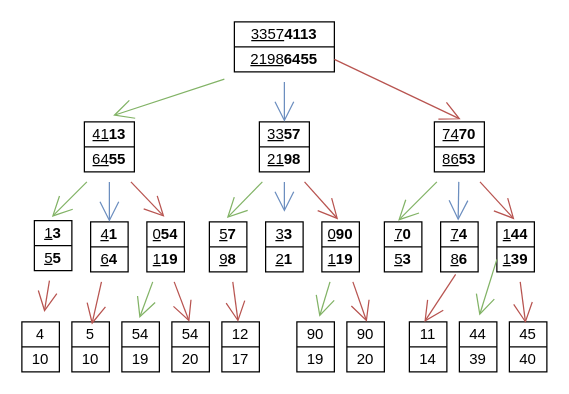
The draw.io diagram Karatsuba106713.drawio in Desencuentro/7529_TDA1_TP1, before the edit. Source tidied: cells renumbered, new cells numbered last; positions are measured from the earlier drawing's top-left corner, leaving out a move shared by most shapes. Both pictures are drawn from the tidied source at 125%, with x=0, y=0 at pixel (21, 21).
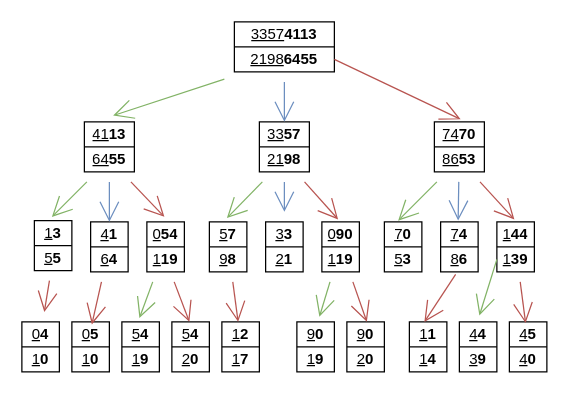
The same page after the edit.

Commit message:
Agregado formato de divisón hasta nivel 4

Unchanged cells that the change refers to:
```xml
<mxCell id="3" style="shape=partialRectangle;fillColor=none;top=0;left=0;bottom=0;right=0;points=[[0,0.5],[1,0.5]];portConstraint=eastwest;hachureGap=4;" parent="2" vertex="1">
  <mxGeometry width="30" height="20" as="geometry" />
</mxCell>
<mxCell id="5" style="shape=partialRectangle;fillColor=none;top=0;left=0;bottom=0;right=0;hachureGap=4;" parent="2" vertex="1">
  <mxGeometry y="20" width="30" height="20" as="geometry" />
</mxCell>
<mxCell id="8" style="shape=partialRectangle;fillColor=none;top=0;left=0;bottom=0;right=0;points=[[0,0.5],[1,0.5]];portConstraint=eastwest;hachureGap=4;" parent="7" vertex="1">
  <mxGeometry width="30" height="20" as="geometry" />
</mxCell>
<mxCell id="10" style="shape=partialRectangle;fillColor=none;top=0;left=0;bottom=0;right=0;hachureGap=4;" parent="7" vertex="1">
  <mxGeometry y="20" width="30" height="20" as="geometry" />
</mxCell>
<mxCell id="13" style="shape=partialRectangle;fillColor=none;top=0;left=0;bottom=0;right=0;points=[[0,0.5],[1,0.5]];portConstraint=eastwest;hachureGap=4;" parent="12" vertex="1">
  <mxGeometry width="30" height="20" as="geometry" />
</mxCell>
<mxCell id="15" style="shape=partialRectangle;fillColor=none;top=0;left=0;bottom=0;right=0;hachureGap=4;" parent="12" vertex="1">
  <mxGeometry y="20" width="30" height="20" as="geometry" />
</mxCell>
<mxCell id="18" style="shape=partialRectangle;fillColor=none;top=0;left=0;bottom=0;right=0;points=[[0,0.5],[1,0.5]];portConstraint=eastwest;hachureGap=4;" parent="17" vertex="1">
  <mxGeometry width="30" height="20" as="geometry" />
</mxCell>
<mxCell id="20" style="shape=partialRectangle;fillColor=none;top=0;left=0;bottom=0;right=0;hachureGap=4;" parent="17" vertex="1">
  <mxGeometry y="20" width="30" height="20" as="geometry" />
</mxCell>
<mxCell id="23" style="shape=partialRectangle;fillColor=none;top=0;left=0;bottom=0;right=0;hachureGap=4;" parent="22" vertex="1">
  <mxGeometry width="30" height="20" as="geometry" />
</mxCell>
<mxCell id="25" style="shape=partialRectangle;fillColor=none;top=0;left=0;bottom=0;right=0;hachureGap=4;" parent="22" vertex="1">
  <mxGeometry y="20" width="30" height="20" as="geometry" />
</mxCell>
<mxCell id="28" style="shape=partialRectangle;fillColor=none;top=0;left=0;bottom=0;right=0;points=[[0,0.5],[1,0.5]];portConstraint=eastwest;hachureGap=4;" parent="27" vertex="1">
  <mxGeometry width="30" height="20" as="geometry" />
</mxCell>
<mxCell id="30" style="shape=partialRectangle;fillColor=none;top=0;left=0;bottom=0;right=0;hachureGap=4;" parent="27" vertex="1">
  <mxGeometry y="20" width="30" height="20" as="geometry" />
</mxCell>
<mxCell id="33" style="shape=partialRectangle;fillColor=none;top=0;left=0;bottom=0;right=0;points=[[0,0.5],[1,0.5]];portConstraint=eastwest;hachureGap=4;" parent="32" vertex="1">
  <mxGeometry width="30" height="20" as="geometry" />
</mxCell>
<mxCell id="35" style="shape=partialRectangle;fillColor=none;top=0;left=0;bottom=0;right=0;hachureGap=4;" parent="32" vertex="1">
  <mxGeometry y="20" width="30" height="20" as="geometry" />
</mxCell>
<mxCell id="38" style="shape=partialRectangle;fillColor=none;top=0;left=0;bottom=0;right=0;points=[[0,0.5],[1,0.5]];portConstraint=eastwest;hachureGap=4;" parent="37" vertex="1">
  <mxGeometry width="30" height="20" as="geometry" />
</mxCell>
<mxCell id="40" style="shape=partialRectangle;fillColor=none;top=0;left=0;bottom=0;right=0;hachureGap=4;" parent="37" vertex="1">
  <mxGeometry y="20" width="30" height="20" as="geometry" />
</mxCell>
<mxCell id="43" style="shape=partialRectangle;fillColor=none;top=0;left=0;bottom=0;right=0;points=[[0,0.5],[1,0.5]];portConstraint=eastwest;hachureGap=4;" parent="42" vertex="1">
  <mxGeometry width="30" height="20" as="geometry" />
</mxCell>
<mxCell id="45" style="shape=partialRectangle;fillColor=none;top=0;left=0;bottom=0;right=0;hachureGap=4;" parent="42" vertex="1">
  <mxGeometry y="20" width="30" height="20" as="geometry" />
</mxCell>
<mxCell id="48" style="shape=partialRectangle;fillColor=none;top=0;left=0;bottom=0;right=0;points=[[0,0.5],[1,0.5]];portConstraint=eastwest;hachureGap=4;" parent="47" vertex="1">
  <mxGeometry width="30" height="20" as="geometry" />
</mxCell>
<mxCell id="50" style="shape=partialRectangle;fillColor=none;top=0;left=0;bottom=0;right=0;hachureGap=4;" parent="47" vertex="1">
  <mxGeometry y="20" width="30" height="20" as="geometry" />
</mxCell>
```

Diff of the diagram source:
```diff
@@
-    <mxCell id="4" value="4" style="shape=partialRectangle;html=1;whiteSpace=wrap;overflow=hidden;fillColor=none;top=0;left=0;bottom=0;right=0;hachureGap=4;" parent="3" vertex="1">
+    <mxCell id="4" value="&lt;u&gt;0&lt;/u&gt;&lt;b&gt;4&lt;/b&gt;" style="shape=partialRectangle;html=1;whiteSpace=wrap;overflow=hidden;fillColor=none;top=0;left=0;bottom=0;right=0;hachureGap=4;" parent="3" vertex="1">
       <mxGeometry width="30" height="20" as="geometry" />
     </mxCell>
@@
-    <mxCell id="6" value="10" style="shape=partialRectangle;html=1;whiteSpace=wrap;overflow=hidden;fillColor=none;top=0;left=0;bottom=0;right=0;hachureGap=4;" parent="5" vertex="1">
+    <mxCell id="6" value="&lt;u&gt;1&lt;/u&gt;&lt;b&gt;0&lt;/b&gt;" style="shape=partialRectangle;html=1;whiteSpace=wrap;overflow=hidden;fillColor=none;top=0;left=0;bottom=0;right=0;hachureGap=4;" parent="5" vertex="1">
       <mxGeometry width="30" height="20" as="geometry" />
     </mxCell>
@@
-    <mxCell id="9" value="5" style="shape=partialRectangle;html=1;whiteSpace=wrap;overflow=hidden;fillColor=none;top=0;left=0;bottom=0;right=0;hachureGap=4;" parent="8" vertex="1">
+    <mxCell id="9" value="&lt;u&gt;0&lt;/u&gt;&lt;b&gt;5&lt;/b&gt;" style="shape=partialRectangle;html=1;whiteSpace=wrap;overflow=hidden;fillColor=none;top=0;left=0;bottom=0;right=0;hachureGap=4;" parent="8" vertex="1">
       <mxGeometry width="30" height="20" as="geometry" />
     </mxCell>
@@
-    <mxCell id="11" value="10" style="shape=partialRectangle;html=1;whiteSpace=wrap;overflow=hidden;fillColor=none;top=0;left=0;bottom=0;right=0;hachureGap=4;" parent="10" vertex="1">
+    <mxCell id="11" value="&lt;u&gt;1&lt;/u&gt;&lt;b&gt;0&lt;/b&gt;" style="shape=partialRectangle;html=1;whiteSpace=wrap;overflow=hidden;fillColor=none;top=0;left=0;bottom=0;right=0;hachureGap=4;" parent="10" vertex="1">
       <mxGeometry width="30" height="20" as="geometry" />
     </mxCell>
@@
-    <mxCell id="14" value="54" style="shape=partialRectangle;html=1;whiteSpace=wrap;overflow=hidden;fillColor=none;top=0;left=0;bottom=0;right=0;hachureGap=4;" parent="13" vertex="1">
+    <mxCell id="14" value="&lt;u&gt;5&lt;/u&gt;&lt;b&gt;4&lt;/b&gt;" style="shape=partialRectangle;html=1;whiteSpace=wrap;overflow=hidden;fillColor=none;top=0;left=0;bottom=0;right=0;hachureGap=4;" parent="13" vertex="1">
       <mxGeometry width="30" height="20" as="geometry" />
     </mxCell>
@@
-    <mxCell id="16" value="19" style="shape=partialRectangle;html=1;whiteSpace=wrap;overflow=hidden;fillColor=none;top=0;left=0;bottom=0;right=0;hachureGap=4;" parent="15" vertex="1">
+    <mxCell id="16" value="&lt;u&gt;1&lt;/u&gt;&lt;b&gt;9&lt;/b&gt;" style="shape=partialRectangle;html=1;whiteSpace=wrap;overflow=hidden;fillColor=none;top=0;left=0;bottom=0;right=0;hachureGap=4;" parent="15" vertex="1">
       <mxGeometry width="30" height="20" as="geometry" />
     </mxCell>
@@
-    <mxCell id="19" value="54" style="shape=partialRectangle;html=1;whiteSpace=wrap;overflow=hidden;fillColor=none;top=0;left=0;bottom=0;right=0;hachureGap=4;" parent="18" vertex="1">
+    <mxCell id="19" value="&lt;u&gt;5&lt;/u&gt;&lt;b&gt;4&lt;/b&gt;" style="shape=partialRectangle;html=1;whiteSpace=wrap;overflow=hidden;fillColor=none;top=0;left=0;bottom=0;right=0;hachureGap=4;" parent="18" vertex="1">
       <mxGeometry width="30" height="20" as="geometry" />
     </mxCell>
@@
-    <mxCell id="21" value="20" style="shape=partialRectangle;html=1;whiteSpace=wrap;overflow=hidden;fillColor=none;top=0;left=0;bottom=0;right=0;hachureGap=4;" parent="20" vertex="1">
+    <mxCell id="21" value="&lt;u&gt;2&lt;/u&gt;&lt;b&gt;0&lt;/b&gt;" style="shape=partialRectangle;html=1;whiteSpace=wrap;overflow=hidden;fillColor=none;top=0;left=0;bottom=0;right=0;hachureGap=4;" parent="20" vertex="1">
       <mxGeometry width="30" height="20" as="geometry" />
     </mxCell>
@@
-    <mxCell id="24" value="12" style="shape=partialRectangle;html=1;whiteSpace=wrap;overflow=hidden;fillColor=none;top=0;left=0;bottom=0;right=0;hachureGap=4;" parent="23" vertex="1">
+    <mxCell id="24" value="&lt;u&gt;1&lt;/u&gt;&lt;b&gt;2&lt;/b&gt;" style="shape=partialRectangle;html=1;whiteSpace=wrap;overflow=hidden;fillColor=none;top=0;left=0;bottom=0;right=0;hachureGap=4;" parent="23" vertex="1">
       <mxGeometry width="30" height="20" as="geometry" />
     </mxCell>
@@
-    <mxCell id="26" value="17" style="shape=partialRectangle;html=1;whiteSpace=wrap;overflow=hidden;fillColor=none;top=0;left=0;bottom=0;right=0;hachureGap=4;" parent="25" vertex="1">
+    <mxCell id="26" value="&lt;u&gt;1&lt;/u&gt;&lt;b&gt;7&lt;/b&gt;" style="shape=partialRectangle;html=1;whiteSpace=wrap;overflow=hidden;fillColor=none;top=0;left=0;bottom=0;right=0;hachureGap=4;" parent="25" vertex="1">
       <mxGeometry width="30" height="20" as="geometry" />
     </mxCell>
@@
-    <mxCell id="29" value="90" style="shape=partialRectangle;html=1;whiteSpace=wrap;overflow=hidden;fillColor=none;top=0;left=0;bottom=0;right=0;hachureGap=4;" parent="28" vertex="1">
+    <mxCell id="29" value="&lt;u&gt;9&lt;/u&gt;&lt;b&gt;0&lt;/b&gt;" style="shape=partialRectangle;html=1;whiteSpace=wrap;overflow=hidden;fillColor=none;top=0;left=0;bottom=0;right=0;hachureGap=4;" parent="28" vertex="1">
       <mxGeometry width="30" height="20" as="geometry" />
     </mxCell>
@@
-    <mxCell id="31" value="19" style="shape=partialRectangle;html=1;whiteSpace=wrap;overflow=hidden;fillColor=none;top=0;left=0;bottom=0;right=0;hachureGap=4;" parent="30" vertex="1">
+    <mxCell id="31" value="&lt;u&gt;1&lt;/u&gt;&lt;b&gt;9&lt;/b&gt;" style="shape=partialRectangle;html=1;whiteSpace=wrap;overflow=hidden;fillColor=none;top=0;left=0;bottom=0;right=0;hachureGap=4;" parent="30" vertex="1">
       <mxGeometry width="30" height="20" as="geometry" />
     </mxCell>
@@
-    <mxCell id="34" value="90" style="shape=partialRectangle;html=1;whiteSpace=wrap;overflow=hidden;fillColor=none;top=0;left=0;bottom=0;right=0;hachureGap=4;" parent="33" vertex="1">
+    <mxCell id="34" value="&lt;u&gt;9&lt;/u&gt;&lt;b&gt;0&lt;/b&gt;" style="shape=partialRectangle;html=1;whiteSpace=wrap;overflow=hidden;fillColor=none;top=0;left=0;bottom=0;right=0;hachureGap=4;" parent="33" vertex="1">
       <mxGeometry width="30" height="20" as="geometry" />
     </mxCell>
@@
-    <mxCell id="36" value="20" style="shape=partialRectangle;html=1;whiteSpace=wrap;overflow=hidden;fillColor=none;top=0;left=0;bottom=0;right=0;hachureGap=4;" parent="35" vertex="1">
+    <mxCell id="36" value="&lt;u&gt;2&lt;/u&gt;&lt;b&gt;0&lt;/b&gt;" style="shape=partialRectangle;html=1;whiteSpace=wrap;overflow=hidden;fillColor=none;top=0;left=0;bottom=0;right=0;hachureGap=4;" parent="35" vertex="1">
       <mxGeometry width="30" height="20" as="geometry" />
     </mxCell>
@@
-    <mxCell id="39" value="11" style="shape=partialRectangle;html=1;whiteSpace=wrap;overflow=hidden;fillColor=none;top=0;left=0;bottom=0;right=0;hachureGap=4;" parent="38" vertex="1">
+    <mxCell id="39" value="&lt;u&gt;1&lt;/u&gt;&lt;b&gt;1&lt;/b&gt;" style="shape=partialRectangle;html=1;whiteSpace=wrap;overflow=hidden;fillColor=none;top=0;left=0;bottom=0;right=0;hachureGap=4;" parent="38" vertex="1">
       <mxGeometry width="30" height="20" as="geometry" />
     </mxCell>
@@
-    <mxCell id="41" value="14" style="shape=partialRectangle;html=1;whiteSpace=wrap;overflow=hidden;fillColor=none;top=0;left=0;bottom=0;right=0;hachureGap=4;" parent="40" vertex="1">
+    <mxCell id="41" value="&lt;u&gt;1&lt;/u&gt;&lt;b&gt;4&lt;/b&gt;" style="shape=partialRectangle;html=1;whiteSpace=wrap;overflow=hidden;fillColor=none;top=0;left=0;bottom=0;right=0;hachureGap=4;" parent="40" vertex="1">
       <mxGeometry width="30" height="20" as="geometry" />
     </mxCell>
@@
-    <mxCell id="44" value="44" style="shape=partialRectangle;html=1;whiteSpace=wrap;overflow=hidden;fillColor=none;top=0;left=0;bottom=0;right=0;hachureGap=4;" parent="43" vertex="1">
+    <mxCell id="44" value="&lt;u&gt;4&lt;/u&gt;&lt;b&gt;4&lt;/b&gt;" style="shape=partialRectangle;html=1;whiteSpace=wrap;overflow=hidden;fillColor=none;top=0;left=0;bottom=0;right=0;hachureGap=4;" parent="43" vertex="1">
       <mxGeometry width="30" height="20" as="geometry" />
     </mxCell>
@@
-    <mxCell id="46" value="39" style="shape=partialRectangle;html=1;whiteSpace=wrap;overflow=hidden;fillColor=none;top=0;left=0;bottom=0;right=0;hachureGap=4;" parent="45" vertex="1">
+    <mxCell id="46" value="&lt;u&gt;3&lt;/u&gt;&lt;b&gt;9&lt;/b&gt;" style="shape=partialRectangle;html=1;whiteSpace=wrap;overflow=hidden;fillColor=none;top=0;left=0;bottom=0;right=0;hachureGap=4;" parent="45" vertex="1">
       <mxGeometry width="30" height="20" as="geometry" />
     </mxCell>
@@
-    <mxCell id="49" value="45" style="shape=partialRectangle;html=1;whiteSpace=wrap;overflow=hidden;fillColor=none;top=0;left=0;bottom=0;right=0;hachureGap=4;" parent="48" vertex="1">
+    <mxCell id="49" value="&lt;u&gt;4&lt;/u&gt;&lt;b&gt;5&lt;/b&gt;" style="shape=partialRectangle;html=1;whiteSpace=wrap;overflow=hidden;fillColor=none;top=0;left=0;bottom=0;right=0;hachureGap=4;" parent="48" vertex="1">
       <mxGeometry width="30" height="20" as="geometry" />
     </mxCell>
@@
-    <mxCell id="51" value="40" style="shape=partialRectangle;html=1;whiteSpace=wrap;overflow=hidden;fillColor=none;top=0;left=0;bottom=0;right=0;hachureGap=4;" parent="50" vertex="1">
+    <mxCell id="51" value="&lt;u&gt;4&lt;/u&gt;&lt;b&gt;0&lt;/b&gt;" style="shape=partialRectangle;html=1;whiteSpace=wrap;overflow=hidden;fillColor=none;top=0;left=0;bottom=0;right=0;hachureGap=4;" parent="50" vertex="1">
       <mxGeometry width="30" height="20" as="geometry" />
     </mxCell>
```
